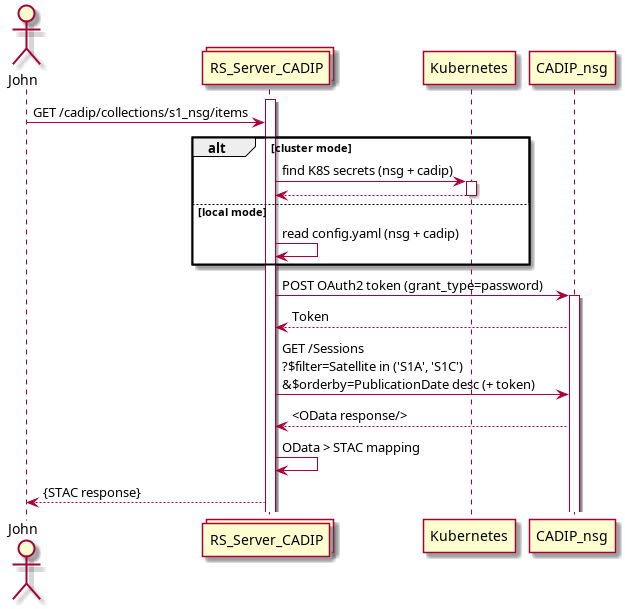
Before: docs/images/external-data-sources-oauth2.png, a diagram exported from PlantUML (RS-PYTHON/rs-server). Its source is kept beside it as docs/uml/external-data-sources-oauth2.plantuml. The source it was exported from:
```plantuml
@startuml external-data-sources-oauth2

actor John
collections RS_Server_CADIP
activate RS_Server_CADIP

John -> RS_Server_CADIP: GET /cadip/collections/s1_nsg/items

alt cluster mode
RS_Server_CADIP -> Kubernetes ++ : find K8S secrets (nsg + cadip)
Kubernetes --> RS_Server_CADIP
deactivate Kubernetes
else local mode
RS_Server_CADIP -> RS_Server_CADIP: read config.yaml (nsg + cadip)
end

RS_Server_CADIP -> CADIP_nsg ++ : POST OAuth2 token (grant_type=password)
CADIP_nsg --> RS_Server_CADIP : Token

RS_Server_CADIP -> CADIP_nsg : GET /Sessions\n?$filter=Satellite in ('S1A', 'S1C')\n&$orderby=PublicationDate desc (+ token)
CADIP_nsg --> RS_Server_CADIP : <OData response/>
RS_Server_CADIP -> RS_Server_CADIP : OData > STAC mapping
RS_Server_CADIP --> John : {STAC response}

@enduml
```
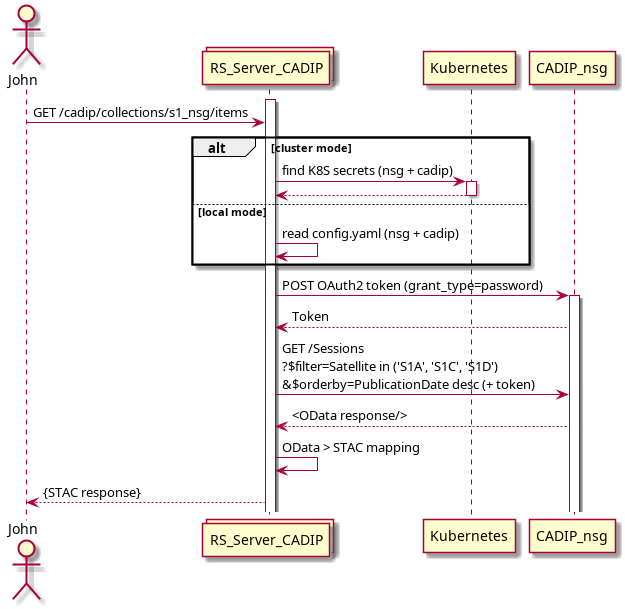
Later version of the same file.

The edit, as a diff of the source:
```diff
@@ -17,7 +17,7 @@
 RS_Server_CADIP -> CADIP_nsg ++ : POST OAuth2 token (grant_type=password)
 CADIP_nsg --> RS_Server_CADIP : Token
 
-RS_Server_CADIP -> CADIP_nsg : GET /Sessions\n?$filter=Satellite in ('S1A', 'S1C')\n&$orderby=PublicationDate desc (+ token)
+RS_Server_CADIP -> CADIP_nsg : GET /Sessions\n?$filter=Satellite in ('S1A', 'S1C', 'S1D')\n&$orderby=PublicationDate desc (+ token)
 CADIP_nsg --> RS_Server_CADIP : <OData response/>
 RS_Server_CADIP -> RS_Server_CADIP : OData > STAC mapping
 RS_Server_CADIP --> John : {STAC response}
```
